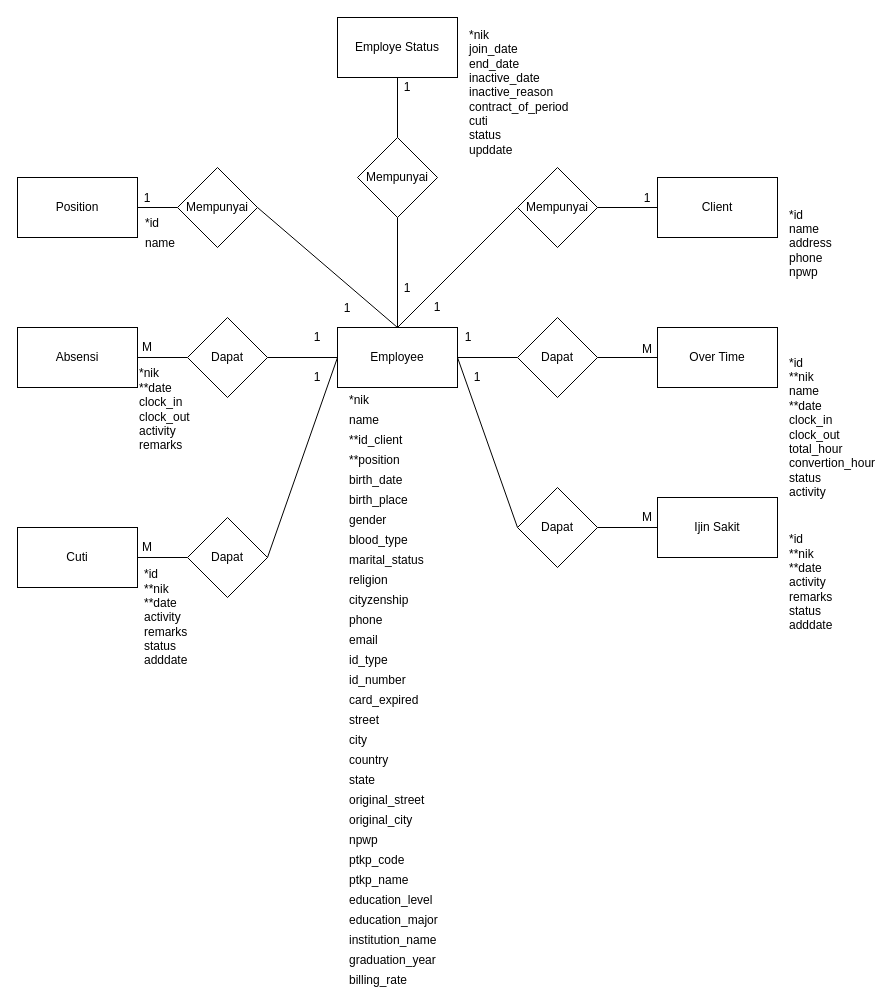
Earlier version of the draw.io diagram page "erd" (1 of 3) of Penulisan/Bab 3.drawio (w4hyud1/leni_karyawan). Source tidied: cells renumbered, new cells numbered last; positions are measured from the earlier drawing's top-left corner, leaving out a move shared by most shapes. Both pictures are drawn from the tidied source at 100%, with x=0, y=0 at pixel (17, 17).
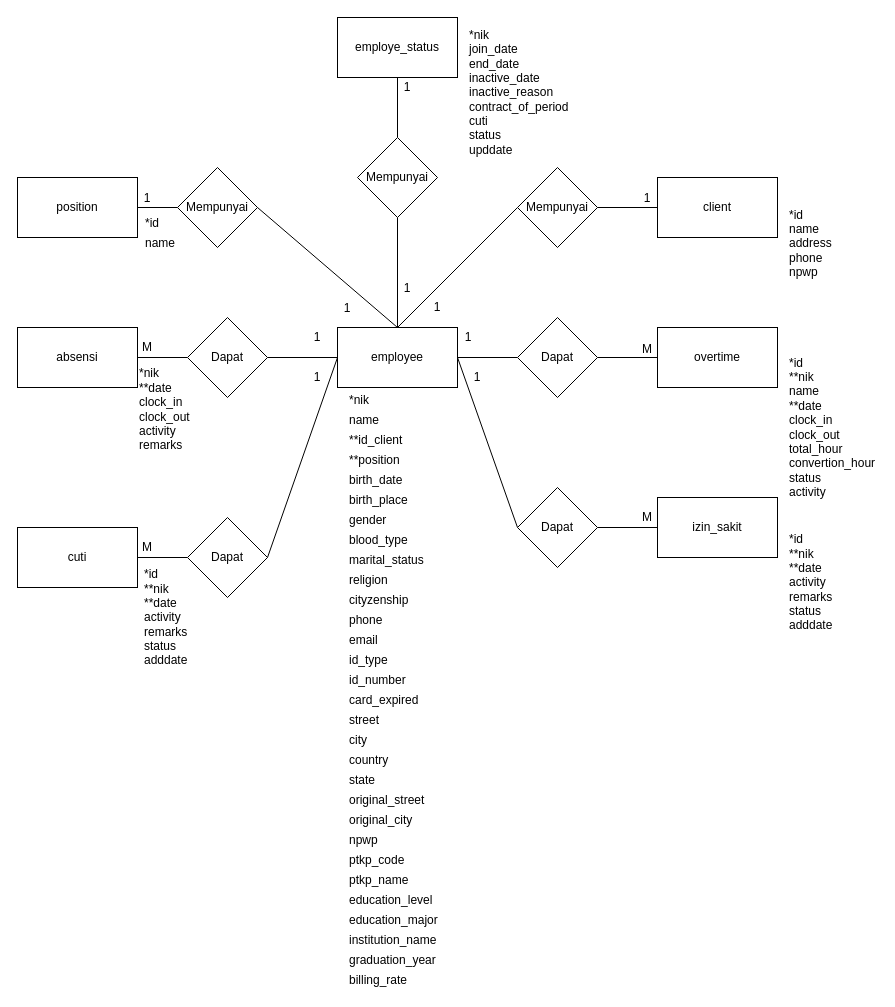
The same diagram, later.

Change to the diagram source:
```diff
@@
-    <mxCell id="4" value="Employee" style="rounded=0;whiteSpace=wrap;html=1;" parent="1" vertex="1">
+    <mxCell id="4" value="employee" style="rounded=0;whiteSpace=wrap;html=1;" parent="1" vertex="1">
       <mxGeometry x="320" y="310" width="120" height="60" as="geometry" />
     </mxCell>
-    <mxCell id="5" value="Absensi" style="rounded=0;whiteSpace=wrap;html=1;" parent="1" vertex="1">
+    <mxCell id="5" value="absensi" style="rounded=0;whiteSpace=wrap;html=1;" parent="1" vertex="1">
       <mxGeometry y="310" width="120" height="60" as="geometry" />
     </mxCell>
-    <mxCell id="6" value="Over Time" style="rounded=0;whiteSpace=wrap;html=1;" parent="1" vertex="1">
+    <mxCell id="6" value="overtime" style="rounded=0;whiteSpace=wrap;html=1;" parent="1" vertex="1">
       <mxGeometry x="640" y="310" width="120" height="60" as="geometry" />
     </mxCell>
@@
-    <mxCell id="14" value="Cuti" style="rounded=0;whiteSpace=wrap;html=1;" parent="1" vertex="1">
+    <mxCell id="14" value="cuti" style="rounded=0;whiteSpace=wrap;html=1;" parent="1" vertex="1">
       <mxGeometry y="510" width="120" height="60" as="geometry" />
     </mxCell>
@@
-    <mxCell id="18" value="Ijin Sakit" style="rounded=0;whiteSpace=wrap;html=1;" parent="1" vertex="1">
+    <mxCell id="18" value="izin_sakit" style="rounded=0;whiteSpace=wrap;html=1;" parent="1" vertex="1">
       <mxGeometry x="640" y="480" width="120" height="60" as="geometry" />
     </mxCell>
@@
-    <mxCell id="24" value="Client" style="rounded=0;whiteSpace=wrap;html=1;" parent="1" vertex="1">
+    <mxCell id="24" value="client" style="rounded=0;whiteSpace=wrap;html=1;" parent="1" vertex="1">
       <mxGeometry x="640" y="160" width="120" height="60" as="geometry" />
     </mxCell>
@@
-    <mxCell id="26" value="Position" style="rounded=0;whiteSpace=wrap;html=1;" parent="1" vertex="1">
+    <mxCell id="26" value="position" style="rounded=0;whiteSpace=wrap;html=1;" parent="1" vertex="1">
       <mxGeometry y="160" width="120" height="60" as="geometry" />
     </mxCell>
@@
-    <mxCell id="37" value="Employe Status" style="rounded=0;whiteSpace=wrap;html=1;" parent="1" vertex="1">
+    <mxCell id="37" value="employe_status" style="rounded=0;whiteSpace=wrap;html=1;" parent="1" vertex="1">
       <mxGeometry x="320" width="120" height="60" as="geometry" />
     </mxCell>
```
